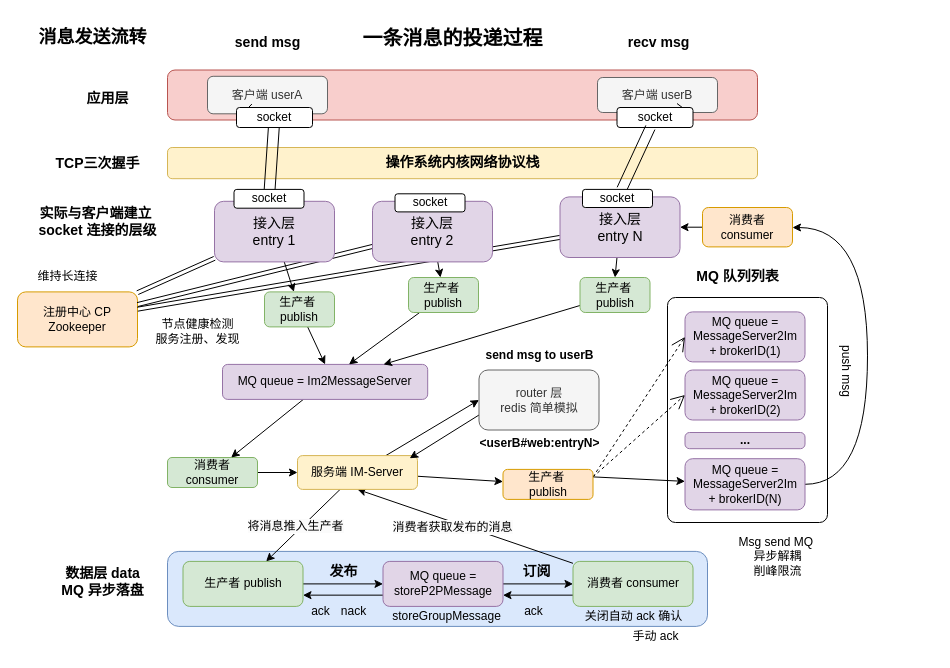
This is page "消息投递过程分析" (9 of 12) of assert/design/im-system-design.drawio from BanTanger/im-whale-shark, a draw.io file, before an edit. Source tidied: cells renumbered, new cells numbered last; positions are measured from the earlier drawing's top-left corner, leaving out a move shared by most shapes. Both pictures are drawn from the tidied source at 100%, with x=0, y=0 at pixel (17, 17).
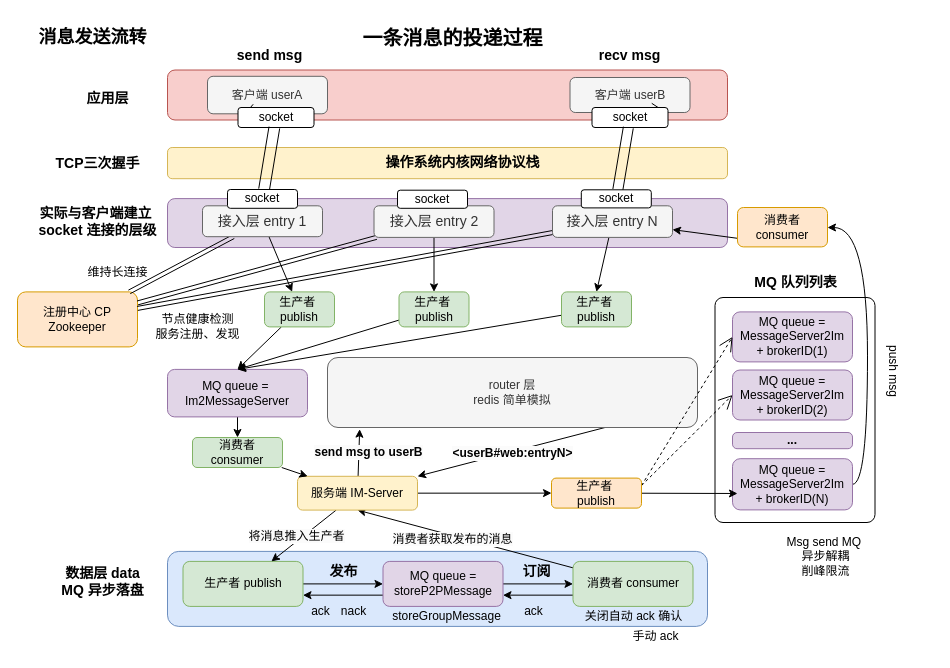
After the change.

Change to the diagram source:
```diff
@@
+    <mxCell id="88" style="rounded=1;whiteSpace=wrap;html=1;fillColor=#e1d5e7;strokeColor=#9673a6;" parent="1" vertex="1">
+      <mxGeometry x="150" y="181.1" width="560" height="48.9" as="geometry" />
+    </mxCell>
@@
     <mxCell id="3" style="rounded=1;whiteSpace=wrap;html=1;fillColor=#f8cecc;strokeColor=#b85450;" parent="1" vertex="1">
-      <mxGeometry x="150" y="52.5" width="590" height="50" as="geometry" />
+      <mxGeometry x="150" y="52.5" width="560" height="50" as="geometry" />
     </mxCell>
@@
     <mxCell id="6" value="客户端 userB" style="rounded=1;whiteSpace=wrap;html=1;fillColor=#f5f5f5;fontColor=#333333;strokeColor=#666666;" parent="1" vertex="1">
-      <mxGeometry x="580" y="60" width="120" height="35" as="geometry" />
+      <mxGeometry x="552.5" y="60" width="120" height="35" as="geometry" />
     </mxCell>
@@
     <mxCell id="16" value="&lt;b&gt;&lt;font style=&quot;font-size: 14px;&quot;&gt;send msg&lt;/font&gt;&lt;/b&gt;" style="text;html=1;align=center;verticalAlign=middle;strokeColor=none;fillColor=none;" parent="1" vertex="1">
-      <mxGeometry x="205" y="10" width="90" height="30" as="geometry" />
+      <mxGeometry x="206.5" y="22.5" width="90" height="30" as="geometry" />
     </mxCell>
@@
     <mxCell id="20" style="rounded=1;whiteSpace=wrap;html=1;fillColor=#fff2cc;strokeColor=#d6b656;" parent="1" vertex="1">
-      <mxGeometry x="150" y="130" width="590" height="31.2" as="geometry" />
+      <mxGeometry x="150" y="130" width="560" height="31.2" as="geometry" />
     </mxCell>
@@
     <mxCell id="24" value="Msg send MQ&amp;nbsp;&lt;div&gt;异步解耦&lt;/div&gt;&lt;div&gt;削峰限流&lt;/div&gt;" style="text;html=1;align=center;verticalAlign=middle;strokeColor=none;fillColor=none;" parent="1" vertex="1">
-      <mxGeometry x="710" y="508.9" width="100" height="60" as="geometry" />
+      <mxGeometry x="757.5" y="508.9" width="100" height="60" as="geometry" />
     </mxCell>
@@
     <mxCell id="30" style="rounded=1;whiteSpace=wrap;html=1;arcSize=5;" parent="1" vertex="1">
-      <mxGeometry x="650" y="280" width="160" height="225" as="geometry" />
+      <mxGeometry x="697.5" y="280" width="160" height="225" as="geometry" />
     </mxCell>
     <mxCell id="31" value="&lt;b&gt;&lt;font style=&quot;font-size: 14px;&quot;&gt;MQ 队列列表&lt;/font&gt;&lt;/b&gt;" style="text;html=1;align=center;verticalAlign=middle;strokeColor=none;fillColor=none;" parent="1" vertex="1">
-      <mxGeometry x="665" y="244.4" width="110" height="30" as="geometry" />
+      <mxGeometry x="722.5" y="250" width="110" height="30" as="geometry" />
     </mxCell>
     <mxCell id="32" value="MQ queue = &lt;br&gt;MessageServer2Im&lt;br&gt;+ brokerID(1)" style="rounded=1;whiteSpace=wrap;html=1;fillColor=#e1d5e7;strokeColor=#9673a6;" parent="1" vertex="1">
-      <mxGeometry x="667.5" y="294.4" width="120" height="50" as="geometry" />
+      <mxGeometry x="715" y="294.4" width="120" height="50" as="geometry" />
     </mxCell>
@@
-    <mxCell id="38" style="rounded=0;jettySize=auto;html=1;entryX=0;entryY=0.5;entryDx=0;entryDy=0;" parent="1" edge="1" source="39" target="54">
+    <mxCell id="38" style="rounded=0;jettySize=auto;html=1;entryX=0.087;entryY=1.024;entryDx=0;entryDy=0;entryPerimeter=0;" parent="1" edge="1" source="39" target="54">
       <mxGeometry relative="1" as="geometry" />
     </mxCell>
+    <mxCell id="55" value="&lt;b style=&quot;font-size: 12px; background-color: rgb(251, 251, 251);&quot;&gt;send msg to userB&lt;/b&gt;" style="edgeLabel;html=1;align=center;verticalAlign=middle;" parent="38" vertex="1">
+      <mxGeometry x="-0.03" y="2" relative="1" as="geometry">
+        <mxPoint x="11" y="-1" as="offset" />
+      </mxGeometry>
+    </mxCell>
     <mxCell id="39" value="服务端 IM-Server" style="rounded=1;whiteSpace=wrap;html=1;fillColor=#fff2cc;strokeColor=#d6b656;" parent="1" vertex="1">
-      <mxGeometry x="280" y="438.1" width="120" height="33.8" as="geometry" />
+      <mxGeometry x="280" y="458.8" width="120" height="33.8" as="geometry" />
     </mxCell>
     <mxCell id="40" value="MQ queue = &lt;br&gt;MessageServer2Im&lt;br&gt;+ brokerID(2)" style="rounded=1;whiteSpace=wrap;html=1;fillColor=#e1d5e7;strokeColor=#9673a6;" parent="1" vertex="1">
-      <mxGeometry x="667.5" y="352.5" width="120" height="50" as="geometry" />
+      <mxGeometry x="715" y="352.5" width="120" height="50" as="geometry" />
     </mxCell>
@@
     <mxCell id="42" value="MQ queue = &lt;br&gt;MessageServer2Im&lt;br&gt;+ brokerID(N)" style="rounded=1;whiteSpace=wrap;html=1;fillColor=#e1d5e7;strokeColor=#9673a6;" parent="1" vertex="1">
-      <mxGeometry x="667.5" y="441.2" width="120" height="51.2" as="geometry" />
+      <mxGeometry x="715" y="441.2" width="120" height="51.2" as="geometry" />
     </mxCell>
@@
     <mxCell id="44" value="socket" style="rounded=1;whiteSpace=wrap;html=1;" parent="1" vertex="1">
-      <mxGeometry x="219" y="90" width="76" height="20" as="geometry" />
+      <mxGeometry x="220.5" y="90" width="76" height="20" as="geometry" />
     </mxCell>
@@
     <mxCell id="46" value="socket" style="rounded=1;whiteSpace=wrap;html=1;" parent="1" vertex="1">
-      <mxGeometry x="599.5" y="90" width="76" height="20" as="geometry" />
+      <mxGeometry x="574.5" y="90" width="76" height="20" as="geometry" />
     </mxCell>
     <mxCell id="47" value="push msg" style="text;html=1;align=center;verticalAlign=middle;strokeColor=none;fillColor=none;textDirection=vertical-lr;" parent="1" vertex="1">
-      <mxGeometry x="787.5" y="351.9" width="80" height="30" as="geometry" />
+      <mxGeometry x="835" y="351.9" width="80" height="30" as="geometry" />
     </mxCell>
     <mxCell id="48" value="维持长连接" style="text;html=1;align=center;verticalAlign=middle;strokeColor=none;fillColor=none;" parent="1" vertex="1">
-      <mxGeometry x="10" y="244.4" width="80" height="30" as="geometry" />
+      <mxGeometry x="60" y="240" width="80" height="30" as="geometry" />
     </mxCell>
@@
     <mxCell id="50" value="消费者&lt;br&gt;consumer" style="rounded=1;whiteSpace=wrap;html=1;fillColor=#d5e8d4;strokeColor=#82b366;" parent="1" vertex="1">
-      <mxGeometry x="150" y="440" width="90" height="30" as="geometry" />
+      <mxGeometry x="175" y="420" width="90" height="30" as="geometry" />
     </mxCell>
@@
     <mxCell id="52" value="节点健康检测&lt;div&gt;服务注册、发现&lt;/div&gt;" style="text;html=1;align=center;verticalAlign=middle;strokeColor=none;fillColor=none;" parent="1" vertex="1">
-      <mxGeometry x="125" y="294.4" width="110" height="40" as="geometry" />
+      <mxGeometry x="125" y="289.4" width="110" height="40" as="geometry" />
     </mxCell>
-    <mxCell id="53" style="rounded=0;jettySize=auto;html=1;exitX=0;exitY=0.75;exitDx=0;exitDy=0;entryX=0.935;entryY=0.08;entryDx=0;entryDy=0;entryPerimeter=0;" parent="1" edge="1" source="54" target="39">
+    <mxCell id="53" style="rounded=0;jettySize=auto;html=1;entryX=1;entryY=0;entryDx=0;entryDy=0;exitX=0.75;exitY=1;exitDx=0;exitDy=0;" parent="1" edge="1" source="54" target="39">
       <mxGeometry relative="1" as="geometry" />
     </mxCell>
+    <mxCell id="85" value="&lt;b style=&quot;font-size: 12px; background-color: rgb(251, 251, 251);&quot;&gt;&amp;lt;userB#web:entryN&amp;gt;&lt;/b&gt;" style="edgeLabel;html=1;align=center;verticalAlign=middle;" parent="53" vertex="1">
+      <mxGeometry x="0.08" y="-1" relative="1" as="geometry">
+        <mxPoint x="9" as="offset" />
+      </mxGeometry>
+    </mxCell>
     <mxCell id="54" value="router 层&lt;div&gt;redis 简单模拟&lt;/div&gt;" style="rounded=1;whiteSpace=wrap;html=1;fillColor=#f5f5f5;fontColor=#333333;strokeColor=#666666;" parent="1" vertex="1">
-      <mxGeometry x="461.5" y="352.5" width="120" height="60" as="geometry" />
+      <mxGeometry x="310" y="340" width="370" height="70" as="geometry" />
     </mxCell>
-    <mxCell id="55" value="&lt;b&gt;send msg to userB&lt;/b&gt;" style="text;html=1;align=center;verticalAlign=middle;strokeColor=none;fillColor=none;" parent="1" vertex="1">
-      <mxGeometry x="456.5" y="322.5" width="130" height="30" as="geometry" />
-    </mxCell>
     <mxCell id="56" value="&lt;b&gt;...&lt;/b&gt;" style="rounded=1;whiteSpace=wrap;html=1;fillColor=#e1d5e7;strokeColor=#9673a6;arcSize=28;" parent="1" vertex="1">
-      <mxGeometry x="667.5" y="415" width="120" height="16.2" as="geometry" />
+      <mxGeometry x="715" y="415" width="120" height="16.2" as="geometry" />
     </mxCell>
     <mxCell id="57" value="&lt;b&gt;&lt;font style=&quot;font-size: 14px;&quot;&gt;recv msg&lt;/font&gt;&lt;/b&gt;" style="text;html=1;align=center;verticalAlign=middle;strokeColor=none;fillColor=none;" parent="1" vertex="1">
-      <mxGeometry x="601" y="10" width="80" height="30" as="geometry" />
+      <mxGeometry x="572" y="22.5" width="80" height="30" as="geometry" />
     </mxCell>
@@
-    <mxCell id="59" style="rounded=0;jettySize=auto;html=1;exitX=1;exitY=0.25;exitDx=0;exitDy=0;exitPerimeter=0;" parent="1" edge="1" source="62" target="42">
-      <mxGeometry relative="1" as="geometry" />
+    <mxCell id="59" style="rounded=0;jettySize=auto;html=1;" parent="1" edge="1" source="62">
+      <mxGeometry relative="1" as="geometry">
+        <mxPoint x="720" y="476" as="targetPoint" />
+      </mxGeometry>
     </mxCell>
@@
     <mxCell id="62" value="生产者&amp;nbsp;&lt;div&gt;publish&lt;/div&gt;" style="rounded=1;whiteSpace=wrap;html=1;fillColor=#ffe6cc;strokeColor=#d79b00;" parent="1" vertex="1">
-      <mxGeometry x="485.5" y="451.9" width="90" height="30" as="geometry" />
+      <mxGeometry x="534" y="460.6" width="90" height="30" as="geometry" />
     </mxCell>
@@
-    <mxCell id="64" value="MQ queue = Im2MessageServer" style="rounded=1;whiteSpace=wrap;html=1;fillColor=#e1d5e7;strokeColor=#9673a6;" parent="1" vertex="1">
-      <mxGeometry x="205" y="346.9" width="205.2" height="35" as="geometry" />
+    <mxCell id="64" value="MQ queue =&amp;nbsp;&lt;div&gt;Im2MessageServer&lt;/div&gt;" style="rounded=1;whiteSpace=wrap;html=1;fillColor=#e1d5e7;strokeColor=#9673a6;" parent="1" vertex="1">
+      <mxGeometry x="150" y="351.9" width="140" height="47.5" as="geometry" />
     </mxCell>
@@
-    <mxCell id="67" value="&lt;div&gt;&lt;font style=&quot;font-size: 14px;&quot;&gt;接入层&lt;/font&gt;&lt;div&gt;&lt;span style=&quot;font-size: 14px;&quot;&gt;entry N&lt;/span&gt;&lt;/div&gt;&lt;/div&gt;" style="rounded=1;whiteSpace=wrap;html=1;fillColor=#e1d5e7;strokeColor=#9673a6;" parent="1" vertex="1">
-      <mxGeometry x="542.5" y="179.4" width="120" height="60.6" as="geometry" />
+    <mxCell id="67" value="&lt;font style=&quot;font-size: 14px;&quot;&gt;接入层&amp;nbsp;&lt;/font&gt;&lt;span style=&quot;font-size: 14px; background-color: initial;&quot;&gt;entry N&lt;/span&gt;" style="rounded=1;whiteSpace=wrap;html=1;fillColor=#f5f5f5;strokeColor=#666666;fontColor=#333333;" parent="1" vertex="1">
+      <mxGeometry x="535" y="188.3" width="120" height="31.6" as="geometry" />
     </mxCell>
@@
     <mxCell id="69" value="socket" style="rounded=1;whiteSpace=wrap;html=1;" parent="1" vertex="1">
-      <mxGeometry x="565" y="171.9" width="70" height="18.1" as="geometry" />
+      <mxGeometry x="563.8" y="172.3" width="70" height="18.1" as="geometry" />
     </mxCell>
-    <mxCell id="70" style="rounded=0;jettySize=auto;html=1;" parent="1" edge="1" source="71" target="64">
+    <mxCell id="70" style="rounded=0;jettySize=auto;html=1;entryX=0.5;entryY=0;entryDx=0;entryDy=0;" parent="1" edge="1" source="71" target="64">
       <mxGeometry relative="1" as="geometry" />
     </mxCell>
     <mxCell id="71" value="生产者&amp;nbsp;&lt;div&gt;publish&lt;/div&gt;" style="rounded=1;whiteSpace=wrap;html=1;fillColor=#d5e8d4;strokeColor=#82b366;" parent="1" vertex="1">
-      <mxGeometry x="562.5" y="260" width="70" height="35" as="geometry" />
+      <mxGeometry x="544" y="274.4" width="70" height="35" as="geometry" />
     </mxCell>
@@
-    <mxCell id="74" value="&lt;div&gt;&lt;font style=&quot;font-size: 14px;&quot;&gt;接入层&lt;/font&gt;&lt;div&gt;&lt;span style=&quot;font-size: 14px;&quot;&gt;entry 2&lt;/span&gt;&lt;/div&gt;&lt;/div&gt;" style="rounded=1;whiteSpace=wrap;html=1;fillColor=#e1d5e7;strokeColor=#9673a6;" parent="1" vertex="1">
-      <mxGeometry x="355" y="183.8" width="120" height="60.6" as="geometry" />
+    <mxCell id="74" value="&lt;font style=&quot;font-size: 14px;&quot;&gt;接入层&amp;nbsp;&lt;/font&gt;&lt;span style=&quot;font-size: 14px; background-color: initial;&quot;&gt;entry 2&lt;/span&gt;" style="rounded=1;whiteSpace=wrap;html=1;fillColor=#f5f5f5;strokeColor=#666666;fontColor=#333333;" parent="1" vertex="1">
+      <mxGeometry x="356.5" y="188.3" width="120" height="31.6" as="geometry" />
     </mxCell>
     <mxCell id="75" value="socket" style="rounded=1;whiteSpace=wrap;html=1;" parent="1" vertex="1">
-      <mxGeometry x="377.5" y="176.3" width="70" height="18.1" as="geometry" />
+      <mxGeometry x="380" y="172.7" width="70" height="18.1" as="geometry" />
     </mxCell>
-    <mxCell id="76" style="rounded=0;jettySize=auto;html=1;" parent="1" edge="1" source="77" target="64">
+    <mxCell id="76" style="rounded=0;jettySize=auto;html=1;entryX=0.5;entryY=0;entryDx=0;entryDy=0;" parent="1" edge="1" source="77" target="64">
       <mxGeometry relative="1" as="geometry" />
     </mxCell>
     <mxCell id="77" value="生产者&amp;nbsp;&lt;div&gt;publish&lt;/div&gt;" style="rounded=1;whiteSpace=wrap;html=1;fillColor=#d5e8d4;strokeColor=#82b366;" parent="1" vertex="1">
-      <mxGeometry x="391" y="260" width="70" height="35" as="geometry" />
+      <mxGeometry x="381.5" y="274.4" width="70" height="35" as="geometry" />
     </mxCell>
@@
-    <mxCell id="80" value="&lt;div&gt;&lt;font style=&quot;font-size: 14px;&quot;&gt;接入层&lt;/font&gt;&lt;div&gt;&lt;span style=&quot;font-size: 14px;&quot;&gt;entry 1&lt;/span&gt;&lt;/div&gt;&lt;/div&gt;" style="rounded=1;whiteSpace=wrap;html=1;fillColor=#e1d5e7;strokeColor=#9673a6;" parent="1" vertex="1">
-      <mxGeometry x="197" y="183.8" width="120" height="60.6" as="geometry" />
+    <mxCell id="80" value="&lt;font style=&quot;font-size: 14px;&quot;&gt;接入层&amp;nbsp;&lt;/font&gt;&lt;span style=&quot;font-size: 14px; background-color: initial;&quot;&gt;entry 1&lt;/span&gt;" style="rounded=1;whiteSpace=wrap;html=1;fillColor=#f5f5f5;strokeColor=#666666;fontColor=#333333;" parent="1" vertex="1">
+      <mxGeometry x="185" y="188.3" width="120" height="30.9" as="geometry" />
     </mxCell>
@@
     <mxCell id="82" value="socket" style="rounded=1;whiteSpace=wrap;html=1;" parent="1" vertex="1">
-      <mxGeometry x="216.5" y="171.9" width="70" height="18.8" as="geometry" />
+      <mxGeometry x="210" y="172" width="70" height="18.8" as="geometry" />
     </mxCell>
@@
-    <mxCell id="85" value="&lt;b&gt;&amp;lt;userB#web:entryN&amp;gt;&lt;/b&gt;" style="text;html=1;align=center;verticalAlign=middle;strokeColor=none;fillColor=none;" parent="1" vertex="1">
-      <mxGeometry x="451.5" y="411.2" width="140" height="30" as="geometry" />
-    </mxCell>
-    <mxCell id="86" style="edgeStyle=orthogonalEdgeStyle;rounded=0;jettySize=auto;html=1;" parent="1" edge="1" source="87" target="67">
-      <mxGeometry relative="1" as="geometry" />
+    <mxCell id="86" style="rounded=0;jettySize=auto;html=1;" parent="1" edge="1" target="67">
+      <mxGeometry relative="1" as="geometry">
+        <mxPoint x="720" y="220.8" as="sourcePoint" />
+      </mxGeometry>
     </mxCell>
     <mxCell id="87" value="消费者&lt;br&gt;consumer" style="rounded=1;whiteSpace=wrap;html=1;fillColor=#ffe6cc;strokeColor=#d79b00;" parent="1" vertex="1">
-      <mxGeometry x="685" y="190" width="90" height="39.4" as="geometry" />
+      <mxGeometry x="720" y="190" width="90" height="39.4" as="geometry" />
     </mxCell>
```
